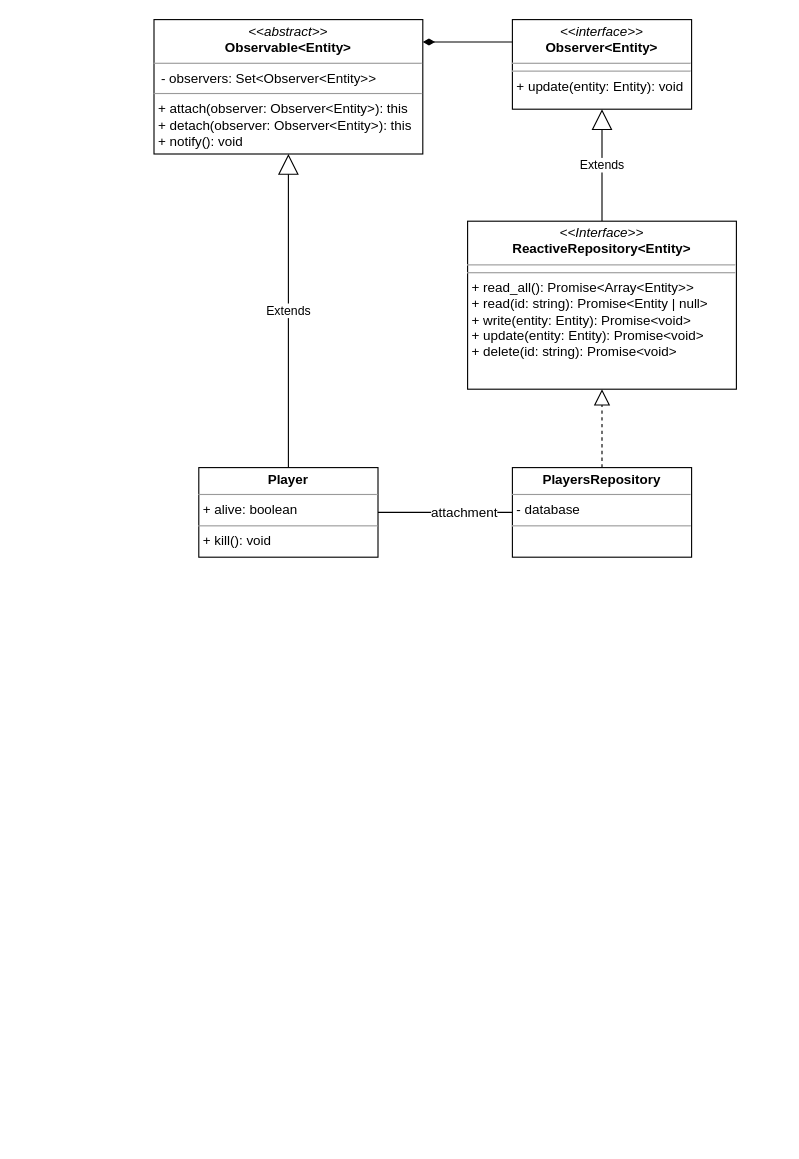
Above: new_lands.drawio in EnzoDiazDev/diagram (draw.io), before the change. Source tidied: cells renumbered, new cells numbered last; positions are measured from the earlier drawing's top-left corner, leaving out a move shared by most shapes. Both pictures are drawn from the tidied source at 112%, with x=0, y=0 at pixel (153, 19).
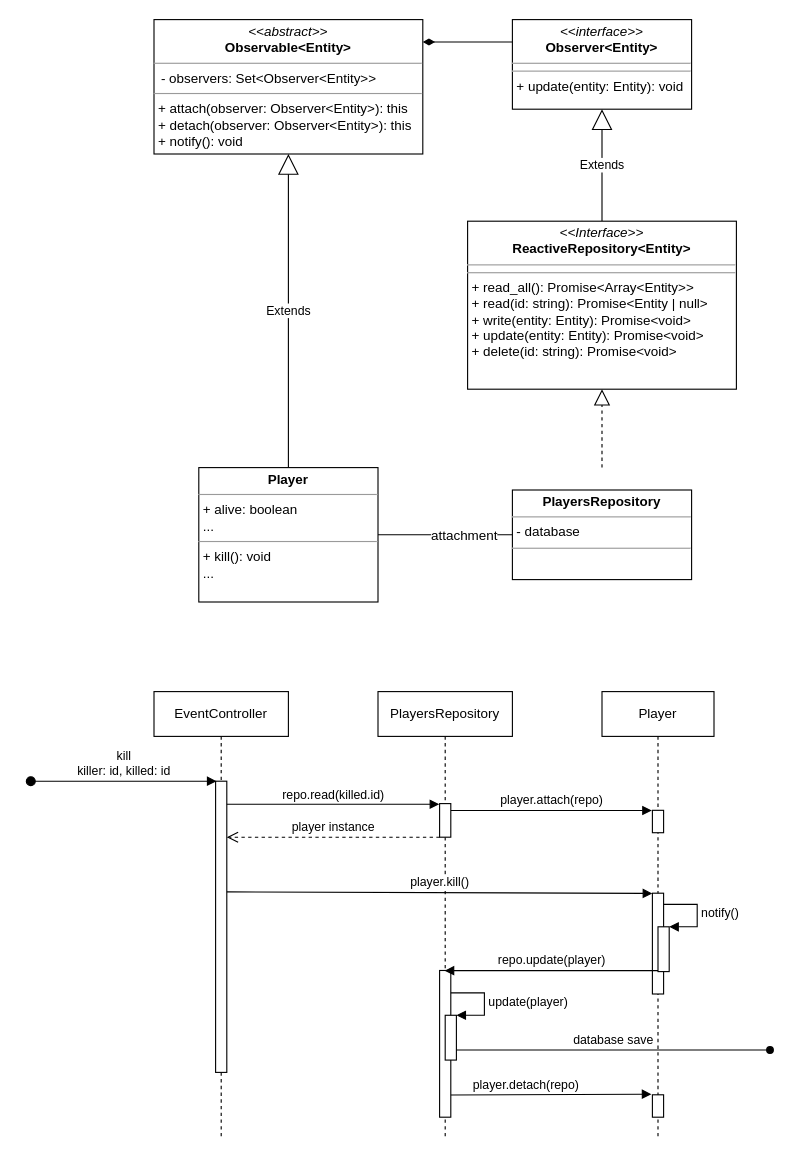
The same diagram, later.

Change to the diagram source:
```diff
@@
-    <mxCell id="5" value="&lt;p style=&quot;margin: 0px ; margin-top: 4px ; text-align: center&quot;&gt;&lt;b&gt;Player&lt;/b&gt;&lt;/p&gt;&lt;hr size=&quot;1&quot;&gt;&lt;p style=&quot;margin: 0px ; margin-left: 4px&quot;&gt;+ alive: boolean&lt;br&gt;&lt;/p&gt;&lt;hr size=&quot;1&quot;&gt;&lt;p style=&quot;margin: 0px ; margin-left: 4px&quot;&gt;+ kill(): void&lt;/p&gt;" style="verticalAlign=top;align=left;overflow=fill;fontSize=12;fontFamily=Helvetica;html=1;" parent="1" vertex="1">
-      <mxGeometry x="40" y="400" width="160" height="80" as="geometry" />
+    <mxCell id="5" value="&lt;p style=&quot;margin: 0px ; margin-top: 4px ; text-align: center&quot;&gt;&lt;b&gt;Player&lt;/b&gt;&lt;/p&gt;&lt;hr size=&quot;1&quot;&gt;&lt;p style=&quot;margin: 0px ; margin-left: 4px&quot;&gt;+ alive: boolean&lt;/p&gt;&lt;p style=&quot;margin: 0px ; margin-left: 4px&quot;&gt;...&lt;br&gt;&lt;/p&gt;&lt;hr size=&quot;1&quot;&gt;&lt;p style=&quot;margin: 0px ; margin-left: 4px&quot;&gt;+ kill(): void&lt;/p&gt;&lt;p style=&quot;margin: 0px ; margin-left: 4px&quot;&gt;...&lt;br&gt;&lt;/p&gt;&lt;p style=&quot;margin: 0px ; margin-left: 4px&quot;&gt;&lt;br&gt;&lt;/p&gt;&lt;div&gt;&lt;br&gt;&lt;/div&gt;&lt;div&gt;&lt;br&gt;&lt;/div&gt;" style="verticalAlign=top;align=left;overflow=fill;fontSize=12;fontFamily=Helvetica;html=1;" parent="1" vertex="1">
+      <mxGeometry x="40" y="400" width="160" height="120" as="geometry" />
     </mxCell>
@@
     <mxCell id="12" value="&lt;p style=&quot;margin: 0px ; margin-top: 4px ; text-align: center&quot;&gt;&lt;b&gt;PlayersRepository&lt;/b&gt;&lt;br&gt;&lt;/p&gt;&lt;hr size=&quot;1&quot;&gt;&lt;p style=&quot;margin: 0px ; margin-left: 4px&quot;&gt;- database&lt;br&gt;&lt;/p&gt;&lt;hr size=&quot;1&quot;&gt;&lt;p style=&quot;margin: 0px ; margin-left: 4px&quot;&gt;&lt;br&gt;&lt;/p&gt;" style="verticalAlign=top;align=left;overflow=fill;fontSize=12;fontFamily=Helvetica;html=1;" parent="1" vertex="1">
-      <mxGeometry x="320" y="400" width="160" height="80" as="geometry" />
+      <mxGeometry x="320" y="420" width="160" height="80" as="geometry" />
     </mxCell>
+    <mxCell id="13" value="EventController" style="shape=umlLifeline;perimeter=lifelinePerimeter;whiteSpace=wrap;html=1;" parent="1" vertex="1">
+      <mxGeometry y="600" width="120" height="400" as="geometry" />
+    </mxCell>
+    <mxCell id="14" style="html=1;points=[];perimeter=orthogonalPerimeter;" parent="13" vertex="1">
+      <mxGeometry x="55" y="80" width="10" height="260" as="geometry" />
+    </mxCell>
+    <mxCell id="15" value="&lt;div&gt;kill&lt;/div&gt;&lt;div&gt;killer: id, killed: id&lt;br&gt;&lt;/div&gt;" style="html=1;verticalAlign=bottom;startArrow=oval;startFill=1;endArrow=block;startSize=8;rounded=0;entryX=0.083;entryY=0;entryDx=0;entryDy=0;entryPerimeter=0;" parent="1" edge="1" target="14">
+      <mxGeometry relative="1" as="geometry">
+        <mxPoint x="-110" y="680" as="sourcePoint" />
+      </mxGeometry>
+    </mxCell>
+    <mxCell id="16" value="PlayersRepository" style="shape=umlLifeline;perimeter=lifelinePerimeter;whiteSpace=wrap;html=1;outlineConnect=0;" parent="1" vertex="1">
+      <mxGeometry x="200" y="600" width="120" height="400" as="geometry" />
+    </mxCell>
+    <mxCell id="17" style="html=1;points=[];perimeter=orthogonalPerimeter;" parent="16" vertex="1">
+      <mxGeometry x="55" y="100" width="10" height="30" as="geometry" />
+    </mxCell>
+    <mxCell id="18" style="html=1;points=[];perimeter=orthogonalPerimeter;" parent="16" vertex="1">
+      <mxGeometry x="55" y="249" width="10" height="131" as="geometry" />
+    </mxCell>
+    <mxCell id="19" style="html=1;points=[];perimeter=orthogonalPerimeter;" parent="16" vertex="1">
+      <mxGeometry x="60" y="289" width="10" height="40" as="geometry" />
+    </mxCell>
+    <mxCell id="20" value="update(player)" style="edgeStyle=orthogonalEdgeStyle;html=1;align=left;spacingLeft=2;endArrow=block;rounded=0;entryX=1;entryY=0;" parent="16" edge="1" target="19">
+      <mxGeometry relative="1" as="geometry">
+        <mxPoint x="65" y="269" as="sourcePoint" />
+        <Array as="points">
+          <mxPoint x="95" y="269" />
+        </Array>
+      </mxGeometry>
+    </mxCell>
+    <mxCell id="21" value="database save" style="html=1;verticalAlign=bottom;endArrow=oval;rounded=0;endFill=1;" parent="16" edge="1">
+      <mxGeometry relative="1" as="geometry">
+        <mxPoint x="70" y="320" as="sourcePoint" />
+        <mxPoint x="350" y="320" as="targetPoint" />
+      </mxGeometry>
+    </mxCell>
+    <mxCell id="22" value="repo.read(killed.id)" style="html=1;verticalAlign=bottom;endArrow=block;rounded=0;entryX=-0.031;entryY=0.019;entryDx=0;entryDy=0;entryPerimeter=0;" parent="1" edge="1" source="14" target="17">
+      <mxGeometry relative="1" as="geometry" />
+    </mxCell>
+    <mxCell id="23" value="Player" style="shape=umlLifeline;perimeter=lifelinePerimeter;whiteSpace=wrap;html=1;" parent="1" vertex="1">
+      <mxGeometry x="400" y="600" width="100" height="400" as="geometry" />
+    </mxCell>
+    <mxCell id="24" style="html=1;points=[];perimeter=orthogonalPerimeter;" parent="23" vertex="1">
+      <mxGeometry x="45" y="180" width="10" height="90" as="geometry" />
+    </mxCell>
+    <mxCell id="25" style="html=1;points=[];perimeter=orthogonalPerimeter;" parent="23" vertex="1">
+      <mxGeometry x="50" y="210" width="10" height="40" as="geometry" />
+    </mxCell>
+    <mxCell id="26" value="notify()" style="edgeStyle=orthogonalEdgeStyle;html=1;align=left;spacingLeft=2;endArrow=block;rounded=0;entryX=1;entryY=0;" parent="23" edge="1" target="25">
+      <mxGeometry relative="1" as="geometry">
+        <mxPoint x="55" y="190" as="sourcePoint" />
+        <Array as="points">
+          <mxPoint x="85" y="190" />
+        </Array>
+      </mxGeometry>
+    </mxCell>
+    <mxCell id="27" style="html=1;points=[];perimeter=orthogonalPerimeter;" parent="23" vertex="1">
+      <mxGeometry x="45" y="106" width="10" height="20" as="geometry" />
+    </mxCell>
+    <mxCell id="28" style="html=1;points=[];perimeter=orthogonalPerimeter;" parent="23" vertex="1">
+      <mxGeometry x="45" y="360" width="10" height="20" as="geometry" />
+    </mxCell>
+    <mxCell id="29" value="&lt;div&gt;player.kill()&lt;/div&gt;" style="html=1;verticalAlign=bottom;endArrow=block;rounded=0;exitX=1.005;exitY=0.38;exitDx=0;exitDy=0;exitPerimeter=0;entryX=-0.012;entryY=0.002;entryDx=0;entryDy=0;entryPerimeter=0;" parent="1" edge="1" source="14" target="24">
+      <mxGeometry relative="1" as="geometry" />
+    </mxCell>
+    <mxCell id="30" value="player.attach(repo)" style="html=1;verticalAlign=bottom;endArrow=block;rounded=0;entryX=-0.05;entryY=0.008;entryDx=0;entryDy=0;entryPerimeter=0;exitX=1.008;exitY=0.205;exitDx=0;exitDy=0;exitPerimeter=0;" parent="1" edge="1" source="17" target="27">
+      <mxGeometry relative="1" as="geometry" />
+    </mxCell>
+    <mxCell id="31" value="repo.update(player)" style="html=1;verticalAlign=bottom;endArrow=block;rounded=0;exitX=0;exitY=0.979;exitDx=0;exitDy=0;exitPerimeter=0;" parent="1" edge="1" source="25" target="16">
+      <mxGeometry relative="1" as="geometry" />
+    </mxCell>
+    <mxCell id="32" value="player instance" style="html=1;verticalAlign=bottom;endArrow=open;dashed=1;endSize=8;rounded=0;exitX=0.008;exitY=1;exitDx=0;exitDy=0;exitPerimeter=0;" parent="1" edge="1" source="17" target="14">
+      <mxGeometry relative="1" as="geometry" />
+    </mxCell>
+    <mxCell id="33" value="player.detach(repo)" style="html=1;verticalAlign=bottom;endArrow=block;rounded=0;exitX=1.008;exitY=0.849;exitDx=0;exitDy=0;exitPerimeter=0;entryX=-0.088;entryY=-0.029;entryDx=0;entryDy=0;entryPerimeter=0;" parent="1" edge="1" source="18" target="28">
+      <mxGeometry x="-0.25" relative="1" as="geometry" />
+    </mxCell>
```
